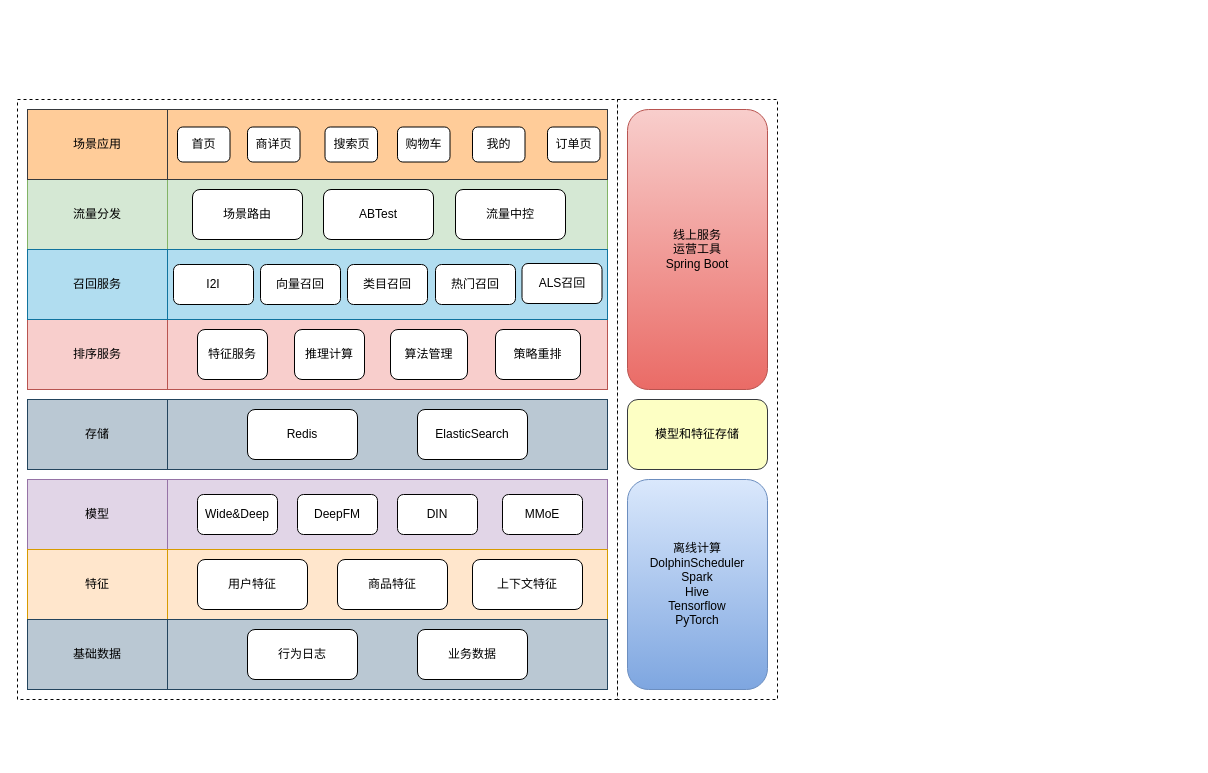
Wanke15/wanke15.github.io keeps this draw.io diagram as engineering/架构设计/智能导购架构设计图.drawio. Above is the earlier version. Source tidied: cells renumbered, new cells numbered last; positions are measured from the earlier drawing's top-left corner, leaving out a move shared by most shapes. Both pictures are drawn from the tidied source at 100%, with x=0, y=0 at pixel (17, 99).
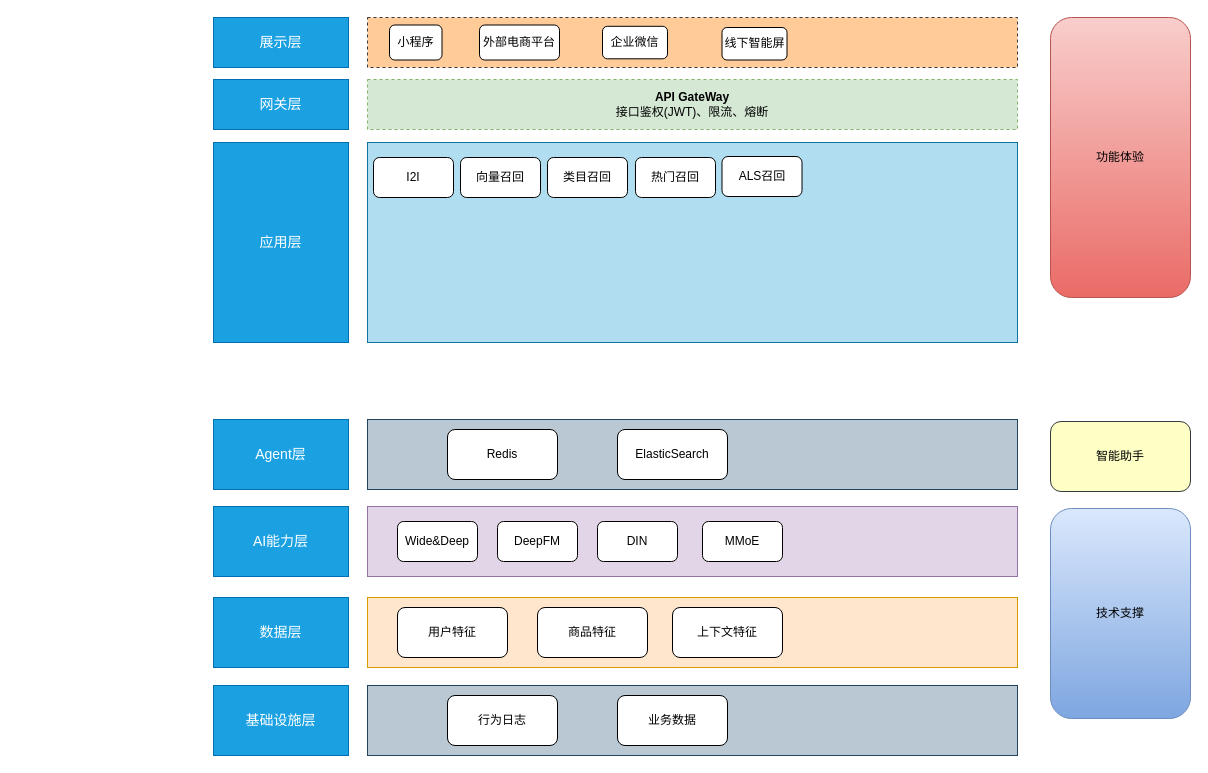
The same page after the edit.

Commit message (it also covers changes not shown here):
更新智能导购架构设计图.drawio

What changed in the source:
```diff
@@
-    <mxCell id="2" style="rounded=0;whiteSpace=wrap;html=1;dashed=1;strokeWidth=1;perimeterSpacing=0;shadow=0;sketch=0;glass=0;" parent="1" vertex="1">
-      <mxGeometry width="600" height="600" as="geometry" />
-    </mxCell>
-    <mxCell id="3" value="流量分发" style="rounded=0;whiteSpace=wrap;html=1;fillColor=#d5e8d4;strokeColor=#82b366;" parent="1" vertex="1">
-      <mxGeometry x="10" y="80" width="140" height="70" as="geometry" />
+    <mxCell id="3" value="&lt;font style=&quot;font-size: 14px;&quot;&gt;网关层&lt;/font&gt;" style="rounded=0;whiteSpace=wrap;html=1;fillColor=#1ba1e2;strokeColor=#006EAF;fontColor=#ffffff;" parent="1" vertex="1">
+      <mxGeometry x="196" y="-20" width="135" height="50" as="geometry" />
     </mxCell>
-    <mxCell id="4" style="rounded=0;whiteSpace=wrap;html=1;fillColor=#d5e8d4;strokeColor=#82b366;" parent="1" vertex="1">
-      <mxGeometry x="150" y="80" width="440" height="70" as="geometry" />
+    <mxCell id="4" value="&lt;b&gt;API GateWay&lt;/b&gt;&lt;div&gt;接口鉴权(JWT)、限流、熔断&lt;/div&gt;" style="rounded=0;whiteSpace=wrap;html=1;fillColor=#d5e8d4;strokeColor=#82b366;dashed=1;" parent="1" vertex="1">
+      <mxGeometry x="350" y="-20" width="650" height="50" as="geometry" />
     </mxCell>
-    <mxCell id="5" value="ABTest" style="rounded=1;whiteSpace=wrap;html=1;" parent="1" vertex="1">
-      <mxGeometry x="306" y="90" width="110" height="50" as="geometry" />
-    </mxCell>
-    <mxCell id="6" value="排序服务" style="rounded=0;whiteSpace=wrap;html=1;fillColor=#f8cecc;strokeColor=#b85450;" parent="1" vertex="1">
-      <mxGeometry x="10" y="220" width="140" height="70" as="geometry" />
-    </mxCell>
-    <mxCell id="7" style="rounded=0;whiteSpace=wrap;html=1;fillColor=#f8cecc;strokeColor=#b85450;" parent="1" vertex="1">
-      <mxGeometry x="150" y="220" width="440" height="70" as="geometry" />
-    </mxCell>
-    <mxCell id="8" value="特征服务" style="rounded=1;whiteSpace=wrap;html=1;" parent="1" vertex="1">
-      <mxGeometry x="180" y="230" width="70" height="50" as="geometry" />
-    </mxCell>
-    <mxCell id="9" value="推理计算" style="rounded=1;whiteSpace=wrap;html=1;" parent="1" vertex="1">
-      <mxGeometry x="277" y="230" width="70" height="50" as="geometry" />
-    </mxCell>
-    <mxCell id="10" value="算法管理" style="rounded=1;whiteSpace=wrap;html=1;" parent="1" vertex="1">
-      <mxGeometry x="373" y="230" width="77" height="50" as="geometry" />
-    </mxCell>
-    <mxCell id="11" value="召回服务" style="rounded=0;whiteSpace=wrap;html=1;fillColor=#b1ddf0;strokeColor=#10739e;" parent="1" vertex="1">
-      <mxGeometry x="10" y="150" width="140" height="70" as="geometry" />
+    <mxCell id="11" value="&lt;font style=&quot;font-size: 14px;&quot;&gt;应用层&lt;/font&gt;" style="rounded=0;whiteSpace=wrap;html=1;fillColor=#1ba1e2;strokeColor=#006EAF;fontColor=#ffffff;" parent="1" vertex="1">
+      <mxGeometry x="196" y="43" width="135" height="200" as="geometry" />
     </mxCell>
     <mxCell id="12" style="rounded=0;whiteSpace=wrap;html=1;fillColor=#b1ddf0;strokeColor=#10739e;" parent="1" vertex="1">
-      <mxGeometry x="150" y="150" width="440" height="70" as="geometry" />
+      <mxGeometry x="350" y="43" width="650" height="200" as="geometry" />
     </mxCell>
     <mxCell id="13" value="I2I" style="rounded=1;whiteSpace=wrap;html=1;" parent="1" vertex="1">
-      <mxGeometry x="156" y="165" width="80" height="40" as="geometry" />
+      <mxGeometry x="356" y="58" width="80" height="40" as="geometry" />
     </mxCell>
     <mxCell id="14" value="向量召回" style="rounded=1;whiteSpace=wrap;html=1;" parent="1" vertex="1">
-      <mxGeometry x="243" y="165" width="80" height="40" as="geometry" />
+      <mxGeometry x="443" y="58" width="80" height="40" as="geometry" />
     </mxCell>
     <mxCell id="15" value="类目召回" style="rounded=1;whiteSpace=wrap;html=1;" parent="1" vertex="1">
-      <mxGeometry x="330" y="165" width="80" height="40" as="geometry" />
+      <mxGeometry x="530" y="58" width="80" height="40" as="geometry" />
     </mxCell>
     <mxCell id="16" value="热门召回" style="rounded=1;whiteSpace=wrap;html=1;" parent="1" vertex="1">
-      <mxGeometry x="418" y="165" width="80" height="40" as="geometry" />
+      <mxGeometry x="618" y="58" width="80" height="40" as="geometry" />
     </mxCell>
-    <mxCell id="17" style="rounded=0;whiteSpace=wrap;html=1;dashed=1;strokeWidth=1;perimeterSpacing=0;shadow=0;sketch=0;glass=0;" parent="1" vertex="1">
-      <mxGeometry x="600" width="160" height="600" as="geometry" />
-    </mxCell>
-    <mxCell id="18" value="模型" style="rounded=0;whiteSpace=wrap;html=1;fillColor=#e1d5e7;strokeColor=#9673a6;" parent="1" vertex="1">
-      <mxGeometry x="10" y="380" width="140" height="70" as="geometry" />
+    <mxCell id="18" value="&lt;span style=&quot;font-size: 14px;&quot;&gt;AI能力层&lt;/span&gt;" style="rounded=0;whiteSpace=wrap;html=1;fillColor=#1ba1e2;strokeColor=#006EAF;fontColor=#ffffff;" parent="1" vertex="1">
+      <mxGeometry x="196" y="407" width="135" height="70" as="geometry" />
     </mxCell>
     <mxCell id="19" style="rounded=0;whiteSpace=wrap;html=1;fillColor=#e1d5e7;strokeColor=#9673a6;" parent="1" vertex="1">
-      <mxGeometry x="150" y="380" width="440" height="70" as="geometry" />
+      <mxGeometry x="350" y="407" width="650" height="70" as="geometry" />
     </mxCell>
     <mxCell id="20" value="Wide&amp;amp;Deep" style="rounded=1;whiteSpace=wrap;html=1;" parent="1" vertex="1">
-      <mxGeometry x="180" y="395" width="80" height="40" as="geometry" />
+      <mxGeometry x="380" y="422" width="80" height="40" as="geometry" />
     </mxCell>
     <mxCell id="21" value="DeepFM" style="rounded=1;whiteSpace=wrap;html=1;" parent="1" vertex="1">
-      <mxGeometry x="280" y="395" width="80" height="40" as="geometry" />
+      <mxGeometry x="480" y="422" width="80" height="40" as="geometry" />
     </mxCell>
     <mxCell id="22" value="DIN" style="rounded=1;whiteSpace=wrap;html=1;" parent="1" vertex="1">
-      <mxGeometry x="380" y="395" width="80" height="40" as="geometry" />
+      <mxGeometry x="580" y="422" width="80" height="40" as="geometry" />
     </mxCell>
     <mxCell id="23" value="MMoE" style="rounded=1;whiteSpace=wrap;html=1;" parent="1" vertex="1">
-      <mxGeometry x="485" y="395" width="80" height="40" as="geometry" />
+      <mxGeometry x="685" y="422" width="80" height="40" as="geometry" />
     </mxCell>
-    <mxCell id="24" value="特征" style="rounded=0;whiteSpace=wrap;html=1;fillColor=#ffe6cc;strokeColor=#d79b00;" parent="1" vertex="1">
-      <mxGeometry x="10" y="450" width="140" height="70" as="geometry" />
+    <mxCell id="24" value="&lt;font style=&quot;font-size: 14px;&quot;&gt;数据层&lt;/font&gt;" style="rounded=0;whiteSpace=wrap;html=1;fillColor=#1ba1e2;strokeColor=#006EAF;fontColor=#ffffff;" parent="1" vertex="1">
+      <mxGeometry x="196" y="498" width="135" height="70" as="geometry" />
     </mxCell>
     <mxCell id="25" style="rounded=0;whiteSpace=wrap;html=1;fillColor=#ffe6cc;strokeColor=#d79b00;" parent="1" vertex="1">
-      <mxGeometry x="150" y="450" width="440" height="70" as="geometry" />
+      <mxGeometry x="350" y="498" width="650" height="70" as="geometry" />
     </mxCell>
     <mxCell id="26" value="用户特征" style="rounded=1;whiteSpace=wrap;html=1;" parent="1" vertex="1">
-      <mxGeometry x="180" y="460" width="110" height="50" as="geometry" />
+      <mxGeometry x="380" y="508" width="110" height="50" as="geometry" />
     </mxCell>
     <mxCell id="27" value="商品特征" style="rounded=1;whiteSpace=wrap;html=1;" parent="1" vertex="1">
-      <mxGeometry x="320" y="460" width="110" height="50" as="geometry" />
+      <mxGeometry x="520" y="508" width="110" height="50" as="geometry" />
     </mxCell>
     <mxCell id="28" value="上下文特征" style="rounded=1;whiteSpace=wrap;html=1;" parent="1" vertex="1">
-      <mxGeometry x="455" y="460" width="110" height="50" as="geometry" />
+      <mxGeometry x="655" y="508" width="110" height="50" as="geometry" />
     </mxCell>
-    <mxCell id="29" value="基础数据" style="rounded=0;whiteSpace=wrap;html=1;fillColor=#bac8d3;strokeColor=#23445d;" parent="1" vertex="1">
-      <mxGeometry x="10" y="520" width="140" height="70" as="geometry" />
+    <mxCell id="29" value="&lt;font style=&quot;font-size: 14px;&quot;&gt;基础设施层&lt;/font&gt;" style="rounded=0;whiteSpace=wrap;html=1;fillColor=#1ba1e2;strokeColor=#006EAF;fontColor=#ffffff;" parent="1" vertex="1">
+      <mxGeometry x="196" y="586" width="135" height="70" as="geometry" />
     </mxCell>
     <mxCell id="30" style="rounded=0;whiteSpace=wrap;html=1;fillColor=#bac8d3;strokeColor=#23445d;" parent="1" vertex="1">
-      <mxGeometry x="150" y="520" width="440" height="70" as="geometry" />
+      <mxGeometry x="350" y="586" width="650" height="70" as="geometry" />
     </mxCell>
     <mxCell id="31" value="行为日志" style="rounded=1;whiteSpace=wrap;html=1;" parent="1" vertex="1">
-      <mxGeometry x="230" y="530" width="110" height="50" as="geometry" />
+      <mxGeometry x="430" y="596" width="110" height="50" as="geometry" />
     </mxCell>
     <mxCell id="32" value="业务数据" style="rounded=1;whiteSpace=wrap;html=1;" parent="1" vertex="1">
-      <mxGeometry x="400" y="530" width="110" height="50" as="geometry" />
+      <mxGeometry x="600" y="596" width="110" height="50" as="geometry" />
     </mxCell>
-    <mxCell id="33" value="离线计算&lt;br&gt;DolphinScheduler&lt;br&gt;Spark&lt;br&gt;Hive&lt;br&gt;Tensorflow&lt;br&gt;PyTorch" style="rounded=1;whiteSpace=wrap;html=1;gradientColor=#7ea6e0;fillColor=#dae8fc;strokeColor=#6c8ebf;" parent="1" vertex="1">
-      <mxGeometry x="610" y="380" width="140" height="210" as="geometry" />
-    </mxCell>
-    <mxCell id="34" value="存储" style="rounded=0;whiteSpace=wrap;html=1;fillColor=#bac8d3;strokeColor=#23445d;" parent="1" vertex="1">
-      <mxGeometry x="10" y="300" width="140" height="70" as="geometry" />
+    <mxCell id="34" value="&lt;span style=&quot;font-size: 14px;&quot;&gt;Agent层&lt;/span&gt;" style="rounded=0;whiteSpace=wrap;html=1;fillColor=#1ba1e2;strokeColor=#006EAF;fontColor=#ffffff;" parent="1" vertex="1">
+      <mxGeometry x="196" y="320" width="135" height="70" as="geometry" />
     </mxCell>
     <mxCell id="35" style="rounded=0;whiteSpace=wrap;html=1;fillColor=#bac8d3;strokeColor=#23445d;" parent="1" vertex="1">
-      <mxGeometry x="150" y="300" width="440" height="70" as="geometry" />
+      <mxGeometry x="350" y="320" width="650" height="70" as="geometry" />
     </mxCell>
     <mxCell id="36" value="Redis" style="rounded=1;whiteSpace=wrap;html=1;" parent="1" vertex="1">
-      <mxGeometry x="230" y="310" width="110" height="50" as="geometry" />
+      <mxGeometry x="430" y="330" width="110" height="50" as="geometry" />
     </mxCell>
     <mxCell id="37" value="ElasticSearch" style="rounded=1;whiteSpace=wrap;html=1;" parent="1" vertex="1">
-      <mxGeometry x="400" y="310" width="110" height="50" as="geometry" />
+      <mxGeometry x="600" y="330" width="110" height="50" as="geometry" />
     </mxCell>
-    <mxCell id="38" value="模型和特征存储" style="rounded=1;whiteSpace=wrap;html=1;strokeColor=#36393d;gradientDirection=south;fillColor=#FDFFC4;" parent="1" vertex="1">
-      <mxGeometry x="610" y="300" width="140" height="70" as="geometry" />
-    </mxCell>
-    <mxCell id="39" value="线上服务&lt;div&gt;运营工具&lt;br&gt;Spring Boot&lt;/div&gt;" style="rounded=1;whiteSpace=wrap;html=1;gradientColor=#ea6b66;fillColor=#f8cecc;strokeColor=#b85450;" parent="1" vertex="1">
-      <mxGeometry x="610" y="10" width="140" height="280" as="geometry" />
-    </mxCell>
-    <mxCell id="40" value="场景应用" style="rounded=0;whiteSpace=wrap;html=1;fillColor=#ffcc99;strokeColor=#36393d;" parent="1" vertex="1">
-      <mxGeometry x="10" y="10" width="140" height="70" as="geometry" />
+    <mxCell id="40" value="&lt;font style=&quot;font-size: 14px;&quot;&gt;展示层&lt;/font&gt;" style="rounded=0;whiteSpace=wrap;html=1;fillColor=#1ba1e2;strokeColor=#006EAF;fontColor=#ffffff;" parent="1" vertex="1">
+      <mxGeometry x="196" y="-82" width="135" height="50" as="geometry" />
     </mxCell>
-    <mxCell id="41" style="rounded=0;whiteSpace=wrap;html=1;fillColor=#ffcc99;strokeColor=#36393d;" parent="1" vertex="1">
-      <mxGeometry x="150" y="10" width="440" height="70" as="geometry" />
+    <mxCell id="41" style="rounded=0;whiteSpace=wrap;html=1;fillColor=#ffcc99;strokeColor=#36393d;dashed=1;" parent="1" vertex="1">
+      <mxGeometry x="350" y="-82" width="650" height="50" as="geometry" />
     </mxCell>
-    <mxCell id="42" value="首页" style="rounded=1;whiteSpace=wrap;html=1;" parent="1" vertex="1">
-      <mxGeometry x="160" y="27.5" width="52.5" height="35" as="geometry" />
+    <mxCell id="42" value="小程序" style="rounded=1;whiteSpace=wrap;html=1;" parent="1" vertex="1">
+      <mxGeometry x="372" y="-74.5" width="52.5" height="35" as="geometry" />
     </mxCell>
-    <mxCell id="43" value="商详页" style="rounded=1;whiteSpace=wrap;html=1;" parent="1" vertex="1">
-      <mxGeometry x="230" y="27.5" width="52.5" height="35" as="geometry" />
-    </mxCell>
-    <mxCell id="44" value="搜索页" style="rounded=1;whiteSpace=wrap;html=1;" parent="1" vertex="1">
-      <mxGeometry x="307.5" y="27.5" width="52.5" height="35" as="geometry" />
+    <mxCell id="44" value="外部电商平台" style="rounded=1;whiteSpace=wrap;html=1;" parent="1" vertex="1">
+      <mxGeometry x="462" y="-74.5" width="80" height="35" as="geometry" />
     </mxCell>
-    <mxCell id="45" value="购物车" style="rounded=1;whiteSpace=wrap;html=1;" parent="1" vertex="1">
-      <mxGeometry x="380" y="27.5" width="52.5" height="35" as="geometry" />
-    </mxCell>
-    <mxCell id="46" value="我的" style="rounded=1;whiteSpace=wrap;html=1;" parent="1" vertex="1">
-      <mxGeometry x="455" y="27.5" width="52.5" height="35" as="geometry" />
+    <mxCell id="46" value="线下智能屏" style="rounded=1;whiteSpace=wrap;html=1;" parent="1" vertex="1">
+      <mxGeometry x="704.5" y="-72" width="65" height="32.5" as="geometry" />
     </mxCell>
-    <mxCell id="47" value="订单页" style="rounded=1;whiteSpace=wrap;html=1;" parent="1" vertex="1">
-      <mxGeometry x="530" y="27.5" width="52.5" height="35" as="geometry" />
-    </mxCell>
-    <mxCell id="48" value="场景路由" style="rounded=1;whiteSpace=wrap;html=1;" parent="1" vertex="1">
-      <mxGeometry x="175" y="90" width="110" height="50" as="geometry" />
-    </mxCell>
     <mxCell id="49" value="ALS召回" style="rounded=1;whiteSpace=wrap;html=1;" parent="1" vertex="1">
-      <mxGeometry x="504.5" y="164" width="80" height="40" as="geometry" />
+      <mxGeometry x="704.5" y="57" width="80" height="40" as="geometry" />
     </mxCell>
-    <mxCell id="50" value="流量中控" style="rounded=1;whiteSpace=wrap;html=1;" parent="1" vertex="1">
-      <mxGeometry x="438" y="90" width="110" height="50" as="geometry" />
-    </mxCell>
-    <mxCell id="51" value="策略重排" style="rounded=1;whiteSpace=wrap;html=1;" parent="1" vertex="1">
-      <mxGeometry x="478" y="230" width="85" height="50" as="geometry" />
-    </mxCell>
+    <mxCell id="52" value="企业微信" style="rounded=1;whiteSpace=wrap;html=1;" parent="1" vertex="1">
+      <mxGeometry x="585" y="-73.2" width="65" height="32.5" as="geometry" />
+    </mxCell>
+    <mxCell id="53" value="技术支撑" style="rounded=1;whiteSpace=wrap;html=1;gradientColor=#7ea6e0;fillColor=#dae8fc;strokeColor=#6c8ebf;" parent="1" vertex="1">
+      <mxGeometry x="1033" y="409" width="140" height="210" as="geometry" />
+    </mxCell>
+    <mxCell id="54" value="智能助手" style="rounded=1;whiteSpace=wrap;html=1;strokeColor=#36393d;gradientDirection=south;fillColor=#FDFFC4;" parent="1" vertex="1">
+      <mxGeometry x="1033" y="322" width="140" height="70" as="geometry" />
+    </mxCell>
+    <mxCell id="55" value="功能体验" style="rounded=1;whiteSpace=wrap;html=1;gradientColor=#ea6b66;fillColor=#f8cecc;strokeColor=#b85450;glass=0;" parent="1" vertex="1">
+      <mxGeometry x="1033" y="-82" width="140" height="280" as="geometry" />
+    </mxCell>
```
